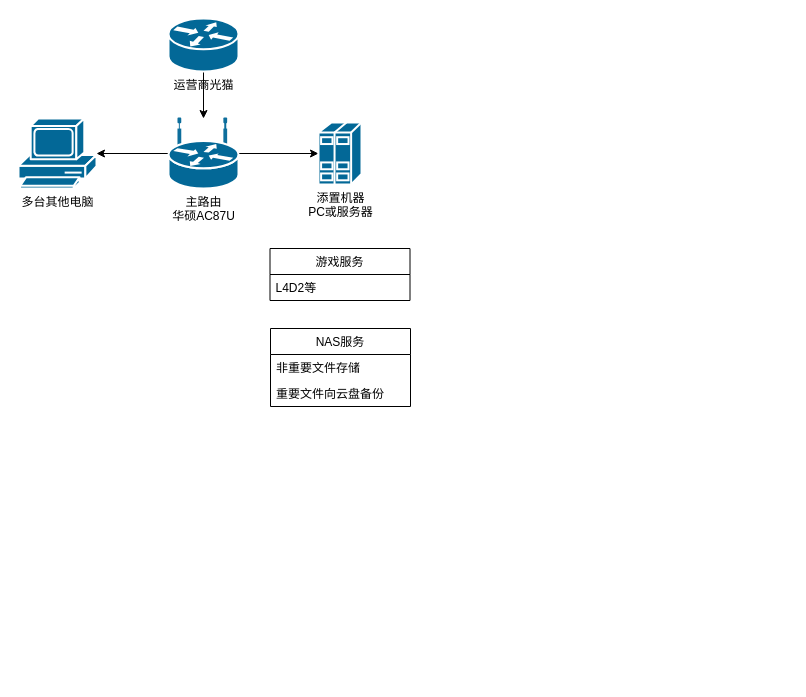
Before: 网络布局分析.drawio in alphaAE/Diagrams, a draw.io diagram. Source tidied: cells renumbered, new cells numbered last; positions are measured from the earlier drawing's top-left corner, leaving out a move shared by most shapes. Both pictures are drawn from the tidied source at 100%, with x=0, y=0 at pixel (18, 18).
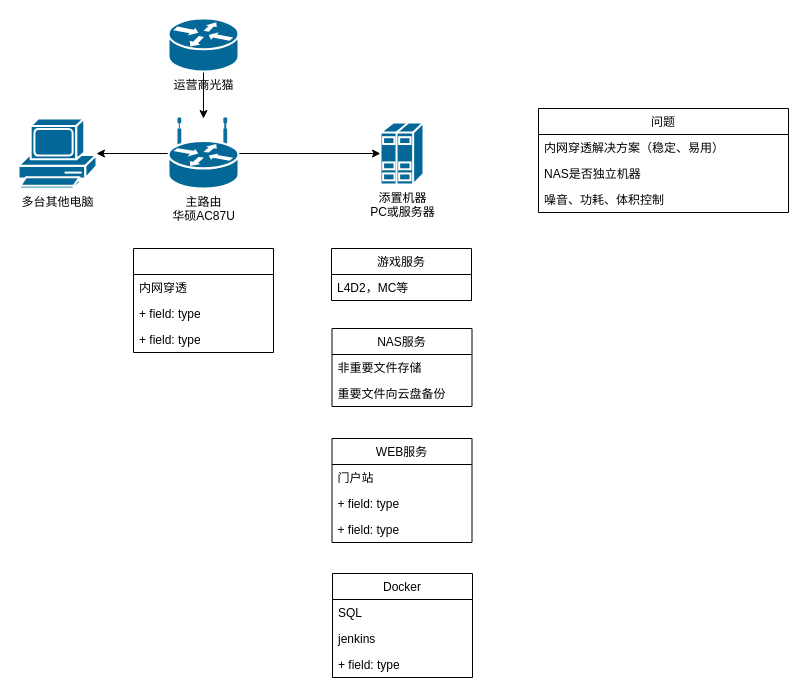
The same page after the edit.

Commit message (it also covers changes not shown here):
更新网络布局分析.drawio

What changed in the source:
```diff
@@
     <mxCell id="7" value="添置机器&lt;br&gt;PC或服务器" style="shape=mxgraph.cisco.servers.standard_host;sketch=0;html=1;dashed=0;fillColor=#036897;strokeColor=#ffffff;strokeWidth=2;verticalLabelPosition=bottom;verticalAlign=top;align=center;outlineConnect=0;" parent="1" vertex="1">
-      <mxGeometry x="300" y="104" width="43" height="62" as="geometry" />
+      <mxGeometry x="362" y="104" width="43" height="62" as="geometry" />
     </mxCell>
@@
     <mxCell id="9" value="游戏服务" style="swimlane;fontStyle=0;horizontal=1;startSize=26;fillColor=none;" parent="1" vertex="1">
-      <mxGeometry x="251.5" y="230" width="140" height="52" as="geometry" />
+      <mxGeometry x="313" y="230" width="140" height="52" as="geometry" />
     </mxCell>
-    <mxCell id="10" value="L4D2等" style="text;strokeColor=none;fillColor=none;align=left;verticalAlign=top;spacingLeft=4;spacingRight=4;overflow=hidden;" parent="9" vertex="1">
+    <mxCell id="10" value="L4D2，MC等" style="text;strokeColor=none;fillColor=none;align=left;verticalAlign=top;spacingLeft=4;spacingRight=4;overflow=hidden;" parent="9" vertex="1">
       <mxGeometry y="26" width="140" height="26" as="geometry" />
     </mxCell>
     <mxCell id="11" value="NAS服务" style="swimlane;fontStyle=0;horizontal=1;startSize=26;fillColor=none;" parent="1" vertex="1">
-      <mxGeometry x="252" y="310" width="140" height="78" as="geometry" />
+      <mxGeometry x="313.5" y="310" width="140" height="78" as="geometry" />
     </mxCell>
@@
+    <mxCell id="14" value="WEB服务" style="swimlane;fontStyle=0;horizontal=1;startSize=26;fillColor=none;" parent="1" vertex="1">
+      <mxGeometry x="313.5" y="420" width="140" height="104" as="geometry" />
+    </mxCell>
+    <mxCell id="15" value="门户站" style="text;strokeColor=none;fillColor=none;align=left;verticalAlign=top;spacingLeft=4;spacingRight=4;overflow=hidden;" parent="14" vertex="1">
+      <mxGeometry y="26" width="140" height="26" as="geometry" />
+    </mxCell>
+    <mxCell id="16" value="+ field: type" style="text;strokeColor=none;fillColor=none;align=left;verticalAlign=top;spacingLeft=4;spacingRight=4;overflow=hidden;" parent="14" vertex="1">
+      <mxGeometry y="52" width="140" height="26" as="geometry" />
+    </mxCell>
+    <mxCell id="17" value="+ field: type" style="text;strokeColor=none;fillColor=none;align=left;verticalAlign=top;spacingLeft=4;spacingRight=4;overflow=hidden;" parent="14" vertex="1">
+      <mxGeometry y="78" width="140" height="26" as="geometry" />
+    </mxCell>
+    <mxCell id="18" style="swimlane;fontStyle=0;horizontal=1;startSize=26;fillColor=none;" parent="1" vertex="1">
+      <mxGeometry x="115" y="230" width="140" height="104" as="geometry" />
+    </mxCell>
+    <mxCell id="19" value="内网穿透" style="text;strokeColor=none;fillColor=none;align=left;verticalAlign=top;spacingLeft=4;spacingRight=4;overflow=hidden;" parent="18" vertex="1">
+      <mxGeometry y="26" width="140" height="26" as="geometry" />
+    </mxCell>
+    <mxCell id="20" value="+ field: type" style="text;strokeColor=none;fillColor=none;align=left;verticalAlign=top;spacingLeft=4;spacingRight=4;overflow=hidden;" parent="18" vertex="1">
+      <mxGeometry y="52" width="140" height="26" as="geometry" />
+    </mxCell>
+    <mxCell id="21" value="+ field: type" style="text;strokeColor=none;fillColor=none;align=left;verticalAlign=top;spacingLeft=4;spacingRight=4;overflow=hidden;" parent="18" vertex="1">
+      <mxGeometry y="78" width="140" height="26" as="geometry" />
+    </mxCell>
+    <mxCell id="22" value="Docker" style="swimlane;fontStyle=0;horizontal=1;startSize=26;fillColor=none;" parent="1" vertex="1">
+      <mxGeometry x="314" y="555" width="140" height="104" as="geometry" />
+    </mxCell>
+    <mxCell id="23" value="SQL" style="text;strokeColor=none;fillColor=none;align=left;verticalAlign=top;spacingLeft=4;spacingRight=4;overflow=hidden;" parent="22" vertex="1">
+      <mxGeometry y="26" width="140" height="26" as="geometry" />
+    </mxCell>
+    <mxCell id="24" value="jenkins&#10;&#10;" style="text;strokeColor=none;fillColor=none;align=left;verticalAlign=top;spacingLeft=4;spacingRight=4;overflow=hidden;" parent="22" vertex="1">
+      <mxGeometry y="52" width="140" height="26" as="geometry" />
+    </mxCell>
+    <mxCell id="25" value="+ field: type" style="text;strokeColor=none;fillColor=none;align=left;verticalAlign=top;spacingLeft=4;spacingRight=4;overflow=hidden;" parent="22" vertex="1">
+      <mxGeometry y="78" width="140" height="26" as="geometry" />
+    </mxCell>
+    <mxCell id="26" value="问题" style="swimlane;fontStyle=0;horizontal=1;startSize=26;fillColor=none;" parent="1" vertex="1">
+      <mxGeometry x="520" y="90" width="250" height="104" as="geometry" />
+    </mxCell>
+    <mxCell id="27" value="内网穿透解决方案（稳定、易用）" style="text;strokeColor=none;fillColor=none;align=left;verticalAlign=top;spacingLeft=4;spacingRight=4;overflow=hidden;" parent="26" vertex="1">
+      <mxGeometry y="26" width="250" height="26" as="geometry" />
+    </mxCell>
+    <mxCell id="28" value="NAS是否独立机器" style="text;strokeColor=none;fillColor=none;align=left;verticalAlign=top;spacingLeft=4;spacingRight=4;overflow=hidden;" parent="26" vertex="1">
+      <mxGeometry y="52" width="250" height="26" as="geometry" />
+    </mxCell>
+    <mxCell id="29" value="噪音、功耗、体积控制" style="text;strokeColor=none;fillColor=none;align=left;verticalAlign=top;spacingLeft=4;spacingRight=4;overflow=hidden;" parent="26" vertex="1">
+      <mxGeometry y="78" width="250" height="26" as="geometry" />
+    </mxCell>
```
